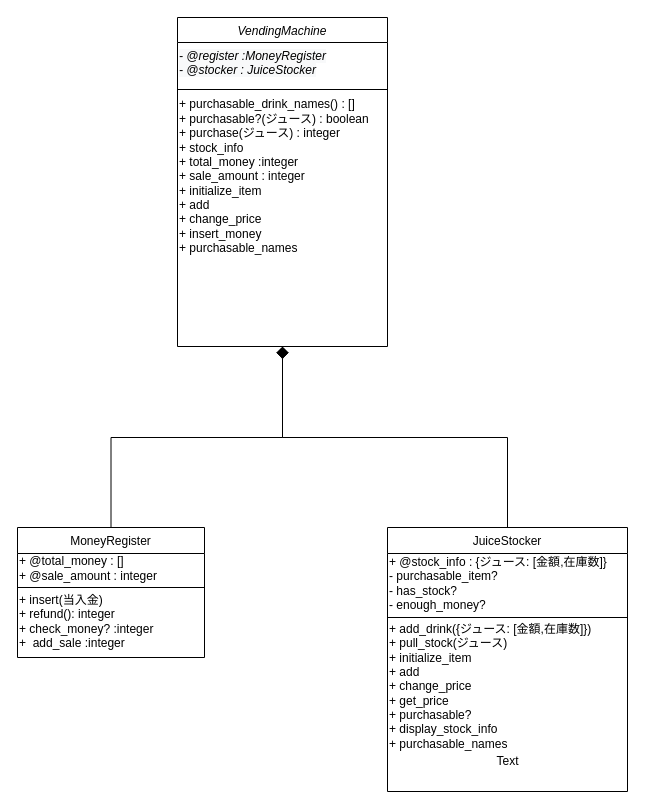
Above: document/クラス図.drawio in missyu3/VendingMachine (draw.io), before the change. Source tidied: cells renumbered, new cells numbered last; positions are measured from the earlier drawing's top-left corner, leaving out a move shared by most shapes. Both pictures are drawn from the tidied source at 100%, with x=0, y=0 at pixel (17, 17).
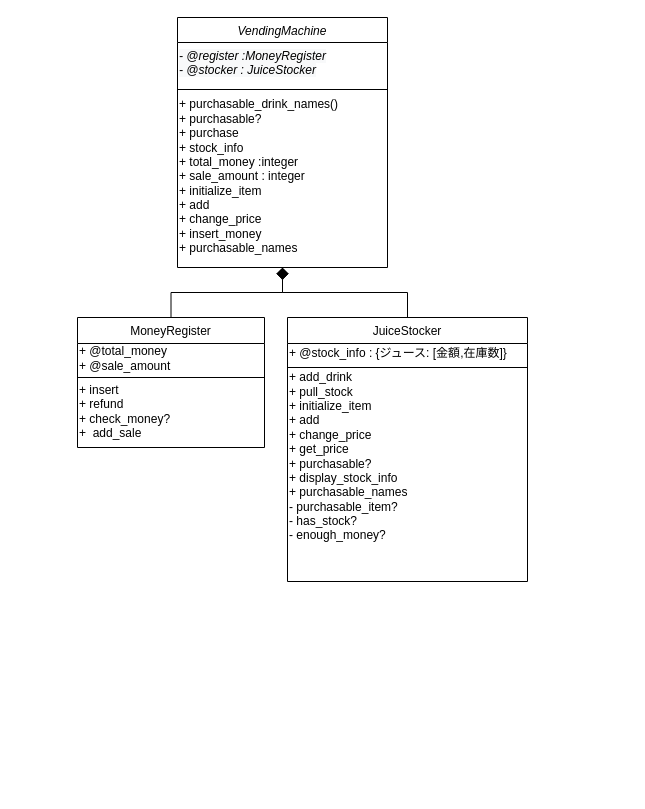
Above is the later version.

Commit message (it also covers changes not shown here):
Fix クラス図を修正

The edit, as a diff of the source:
```diff
@@
 <mxGraphModel>
   <root>
     <mxCell id="0" />
     <mxCell id="1" parent="0" />
     <mxCell id="2" style="endArrow=diamond;endSize=10;endFill=1;shadow=0;strokeWidth=1;rounded=0;edgeStyle=elbowEdgeStyle;elbow=vertical;" parent="1" edge="1" source="8" target="4">
       <mxGeometry relative="1" as="geometry" />
     </mxCell>
     <mxCell id="3" style="endArrow=diamond;endSize=10;endFill=1;shadow=0;strokeWidth=1;rounded=0;edgeStyle=elbowEdgeStyle;elbow=vertical;" parent="1" edge="1" source="12" target="4">
       <mxGeometry relative="1" as="geometry" />
     </mxCell>
     <mxCell id="4" value="VendingMachine&#10;&#10;" style="swimlane;fontStyle=2;align=center;verticalAlign=top;horizontal=1;startSize=25;rounded=0;shadow=0;strokeWidth=1;" parent="1" vertex="1">
-      <mxGeometry x="160" width="210" height="329" as="geometry" />
+      <mxGeometry x="160" width="210" height="250" as="geometry" />
     </mxCell>
     <mxCell id="5" value="&lt;div&gt;&lt;span style=&quot;color: rgb(0 , 0 , 0) ; font-family: &amp;#34;helvetica&amp;#34; ; font-size: 12px ; font-style: italic ; font-weight: normal ; letter-spacing: normal ; text-align: left ; text-indent: 0px ; text-transform: none ; word-spacing: 0px ; background-color: rgb(248 , 249 , 250) ; text-decoration: none ; float: none ; display: inline&quot;&gt;- @register :MoneyRegister&lt;/span&gt;&lt;br style=&quot;padding: 0px ; margin: 0px ; color: rgb(0 , 0 , 0) ; font-family: &amp;#34;helvetica&amp;#34; ; font-size: 12px ; font-style: italic ; font-weight: normal ; letter-spacing: normal ; text-align: left ; text-indent: 0px ; text-transform: none ; word-spacing: 0px ; text-decoration: none&quot;&gt;&lt;span style=&quot;color: rgb(0 , 0 , 0) ; font-family: &amp;#34;helvetica&amp;#34; ; font-size: 12px ; font-style: italic ; font-weight: normal ; letter-spacing: normal ; text-align: left ; text-indent: 0px ; text-transform: none ; word-spacing: 0px ; background-color: rgb(248 , 249 , 250) ; text-decoration: none ; float: none ; display: inline&quot;&gt;- @stocker : JuiceStocker&lt;/span&gt;&lt;/div&gt;" style="text;whiteSpace=wrap;html=1;" parent="4" vertex="1">
       <mxGeometry y="25" width="210" height="40" as="geometry" />
     </mxCell>
     <mxCell id="6" style="line;html=1;strokeWidth=1;align=left;verticalAlign=middle;spacingTop=-1;spacingLeft=3;spacingRight=3;labelPosition=right;" parent="4" vertex="1">
       <mxGeometry y="65" width="210" height="14" as="geometry" />
     </mxCell>
-    <mxCell id="7" value="&lt;font style=&quot;font-size: 12px&quot;&gt;+&amp;nbsp;purchasable_drink_names() : []&lt;br&gt;+&lt;/font&gt;&lt;font style=&quot;font-size: 12px&quot;&gt;&lt;font style=&quot;font-size: 12px&quot;&gt;&lt;font style=&quot;font-size: 12px&quot;&gt;&amp;nbsp;&lt;span style=&quot;text-align: center&quot;&gt;purchasable?(ジュース) : boolean&lt;br&gt;+&amp;nbsp;&lt;/span&gt;&lt;span&gt;purchase(ジュース) : integer&lt;br&gt;&lt;/span&gt;&lt;/font&gt;&lt;/font&gt;+ stock_info&lt;br&gt;+&amp;nbsp;&lt;span style=&quot;text-align: center&quot;&gt;total_money :integer&lt;br&gt;+ sale_amount&lt;/span&gt;&amp;nbsp;: integer&lt;br&gt;+ initialize_item&lt;br&gt;+ add&lt;span style=&quot;text-align: center&quot;&gt;&lt;br&gt;+ change_price&lt;/span&gt;&lt;br&gt;+ insert_money&lt;br&gt;+ purchasable_names&lt;br&gt;&lt;/font&gt;" style="text;html=1;align=left;verticalAlign=middle;" parent="4" vertex="1">
+    <mxCell id="7" value="&lt;font style=&quot;font-size: 12px&quot;&gt;+&amp;nbsp;purchasable_drink_names()&lt;br&gt;+&lt;/font&gt;&lt;font style=&quot;font-size: 12px&quot;&gt;&lt;font style=&quot;font-size: 12px&quot;&gt;&lt;font style=&quot;font-size: 12px&quot;&gt;&amp;nbsp;&lt;span style=&quot;text-align: center&quot;&gt;purchasable?&lt;br&gt;+&amp;nbsp;&lt;/span&gt;&lt;span&gt;purchase&lt;br&gt;&lt;/span&gt;&lt;/font&gt;&lt;/font&gt;+ stock_info&lt;br&gt;+&amp;nbsp;&lt;span style=&quot;text-align: center&quot;&gt;total_money :integer&lt;br&gt;+ sale_amount&lt;/span&gt;&amp;nbsp;: integer&lt;br&gt;+ initialize_item&lt;br&gt;+ add&lt;span style=&quot;text-align: center&quot;&gt;&lt;br&gt;+ change_price&lt;/span&gt;&lt;br&gt;+ insert_money&lt;br&gt;+ purchasable_names&lt;br&gt;&lt;/font&gt;" style="text;html=1;align=left;verticalAlign=middle;" parent="4" vertex="1">
       <mxGeometry y="79" width="210" height="160" as="geometry" />
     </mxCell>
+    <mxCell id="12" value="JuiceStocker" style="swimlane;fontStyle=0;align=center;verticalAlign=top;horizontal=1;startSize=26;rounded=0;shadow=0;strokeWidth=1;" parent="1" vertex="1">
+      <mxGeometry x="270" y="300" width="240" height="264" as="geometry" />
+    </mxCell>
+    <mxCell id="13" value="&lt;font style=&quot;font-size: 12px&quot;&gt;&lt;font style=&quot;font-size: 12px&quot;&gt;+ @stock_info :&amp;nbsp;{ジュース: [金額,在庫数]}&lt;br&gt;&lt;/font&gt;&lt;/font&gt;" style="text;html=1;align=left;verticalAlign=middle;" parent="12" vertex="1">
+      <mxGeometry y="26" width="240" height="20" as="geometry" />
+    </mxCell>
+    <mxCell id="14" style="line;html=1;strokeWidth=1;align=left;verticalAlign=middle;spacingTop=-1;spacingLeft=3;spacingRight=3;labelPosition=right;" parent="12" vertex="1">
+      <mxGeometry y="46" width="240" height="8" as="geometry" />
+    </mxCell>
+    <mxCell id="15" value="&lt;font style=&quot;font-size: 12px&quot;&gt;+&amp;nbsp;add_drink&lt;/font&gt;&lt;br&gt;+ pull_stock&lt;br&gt;+ initialize_item&lt;br&gt;+&amp;nbsp;add&lt;br&gt;+ change_price&lt;br&gt;+ get_price&lt;br&gt;+ purchasable?&lt;br&gt;+ display_stock_info&lt;br&gt;+ purchasable_names&lt;br&gt;- purchasable_item?&lt;br&gt;- has_stock?&lt;br&gt;- enough_money?" style="text;html=1;align=left;verticalAlign=middle;" parent="12" vertex="1">
+      <mxGeometry y="54" width="240" height="170" as="geometry" />
+    </mxCell>
     <mxCell id="8" value="MoneyRegister" style="swimlane;fontStyle=0;align=center;verticalAlign=top;horizontal=1;startSize=26;rounded=0;shadow=0;strokeWidth=1;" parent="1" vertex="1">
-      <mxGeometry y="510" width="187" height="130" as="geometry" />
+      <mxGeometry x="60" y="300" width="187" height="130" as="geometry" />
     </mxCell>
-    <mxCell id="9" value="+ @total_money : []&lt;br&gt;+ @sale_amount : integer" style="text;html=1;align=left;verticalAlign=middle;" parent="8" vertex="1">
+    <mxCell id="9" value="+ @total_money&lt;br&gt;+ @sale_amount" style="text;html=1;align=left;verticalAlign=middle;" parent="8" vertex="1">
       <mxGeometry y="26" width="187" height="30" as="geometry" />
     </mxCell>
     <mxCell id="10" style="line;html=1;strokeWidth=1;align=left;verticalAlign=middle;spacingTop=-1;spacingLeft=3;spacingRight=3;labelPosition=right;" parent="8" vertex="1">
       <mxGeometry y="56" width="187" height="8" as="geometry" />
     </mxCell>
-    <mxCell id="11" value="&lt;span&gt;+ insert(当入金)&lt;br&gt;+ refund(): integer&lt;br&gt;&lt;/span&gt;+ check_money? :integer&lt;br&gt;+&amp;nbsp; add_sale :integer" style="text;html=1;align=left;verticalAlign=middle;" parent="8" vertex="1">
+    <mxCell id="11" value="&lt;span&gt;+ insert&lt;br&gt;+ refund&lt;br&gt;&lt;/span&gt;+ check_money?&lt;br&gt;+&amp;nbsp; add_sale" style="text;html=1;align=left;verticalAlign=middle;" parent="8" vertex="1">
       <mxGeometry y="64" width="187" height="60" as="geometry" />
     </mxCell>
-    <mxCell id="12" value="JuiceStocker" style="swimlane;fontStyle=0;align=center;verticalAlign=top;horizontal=1;startSize=26;rounded=0;shadow=0;strokeWidth=1;" parent="1" vertex="1">
-      <mxGeometry x="370" y="510" width="240" height="264" as="geometry" />
-    </mxCell>
-    <mxCell id="13" value="&lt;font style=&quot;font-size: 12px&quot;&gt;&lt;font style=&quot;font-size: 12px&quot;&gt;+ @stock_info :&amp;nbsp;{ジュース: [金額,在庫数]}&lt;br&gt;- purchasable_item?&lt;br&gt;- has_stock?&lt;br&gt;- enough_money?&lt;br&gt;&lt;/font&gt;&lt;/font&gt;" style="text;html=1;align=left;verticalAlign=middle;" parent="12" vertex="1">
-      <mxGeometry y="26" width="240" height="60" as="geometry" />
-    </mxCell>
-    <mxCell id="14" style="line;html=1;strokeWidth=1;align=left;verticalAlign=middle;spacingTop=-1;spacingLeft=3;spacingRight=3;labelPosition=right;" parent="12" vertex="1">
-      <mxGeometry y="86" width="240" height="8" as="geometry" />
-    </mxCell>
-    <mxCell id="15" value="&lt;font style=&quot;font-size: 12px&quot;&gt;+&amp;nbsp;add_drink&lt;/font&gt;({ジュース: [金額,在庫数]})&lt;br&gt;+ pull_stock(ジュース)&lt;br&gt;+ initialize_item&lt;br&gt;+&amp;nbsp;add&lt;br&gt;+ change_price&lt;br&gt;+ get_price&lt;br&gt;+ purchasable?&lt;br&gt;+ display_stock_info&lt;br&gt;+ purchasable_names" style="text;html=1;align=left;verticalAlign=middle;" parent="12" vertex="1">
-      <mxGeometry y="94" width="240" height="130" as="geometry" />
-    </mxCell>
-    <mxCell id="16" value="Text" style="text;html=1;align=center;verticalAlign=middle;" parent="12" vertex="1">
-      <mxGeometry y="224" width="240" height="20" as="geometry" />
-    </mxCell>
   </root>
 </mxGraphModel>
```
